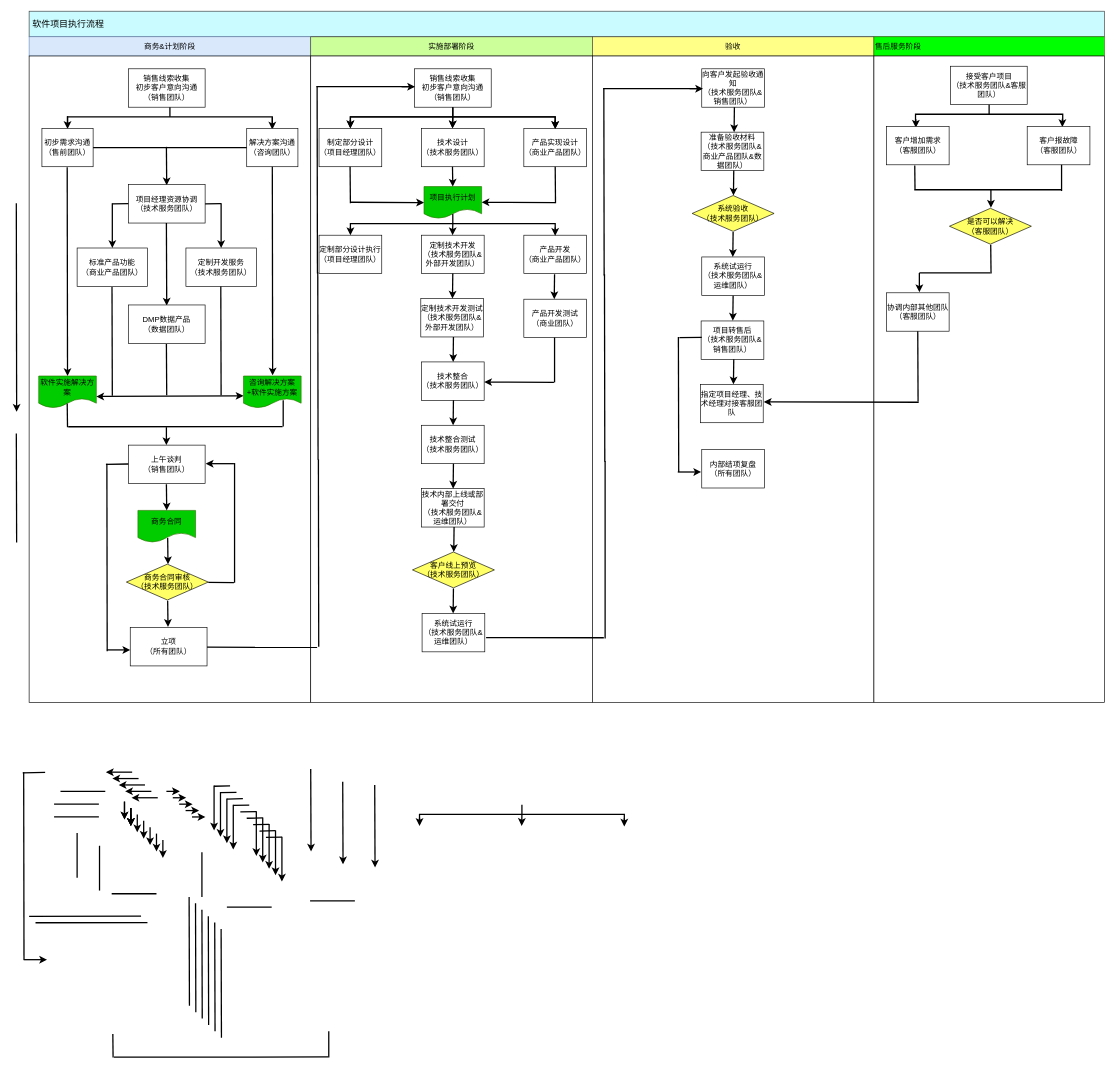
The draw.io diagram 未命名绘图.drawio in pingxinerlun/Demo, before the edit. Source tidied: cells renumbered, new cells numbered last; positions are measured from the earlier drawing's top-left corner, leaving out a move shared by most shapes. Both pictures are drawn from the tidied source at 64%, with x=0, y=0 at pixel (16, 11).
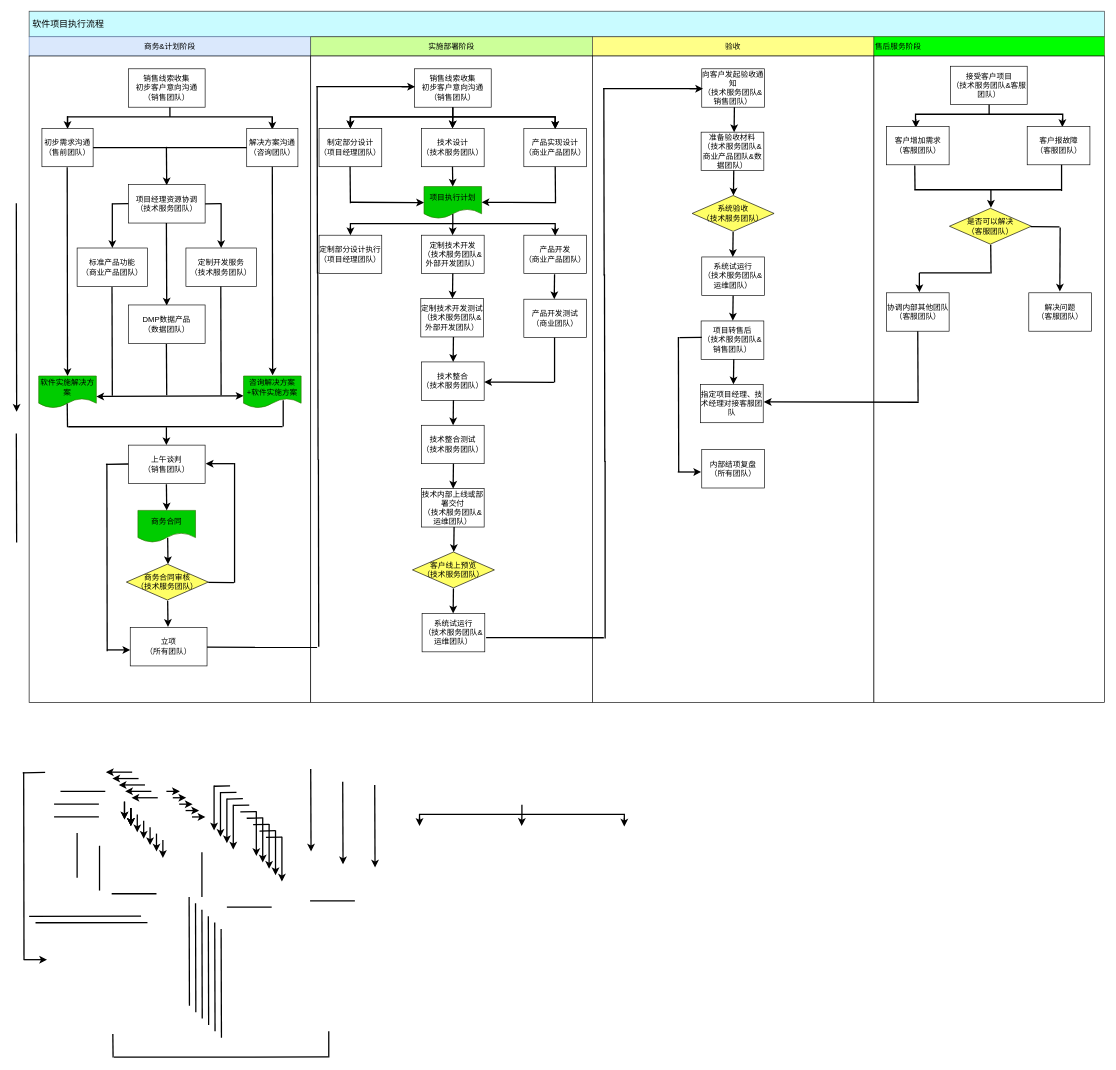
Above is the later version.

Commit message:
项目执行流程-泳道图.drawio

Diff of the diagram source:
```diff
@@
+    <mxCell id="209" style="endArrow=none;html=1;strokeWidth=2;" parent="1" edge="1">
+      <mxGeometry relative="1" as="geometry">
+        <mxPoint x="1585" y="336.5" as="sourcePoint" />
+        <mxPoint x="1630" y="337" as="targetPoint" />
+      </mxGeometry>
+    </mxCell>
+    <mxCell id="210" value="解决问题&lt;br&gt;（客服团队）" style="rounded=0;whiteSpace=wrap;html=1;fillColor=#FFFFFF;align=center;" parent="1" vertex="1">
+      <mxGeometry x="1582" y="440" width="98" height="60" as="geometry" />
+    </mxCell>
+    <mxCell id="211" style="endArrow=classic;html=1;endSize=6;strokeWidth=2;" parent="1" edge="1">
+      <mxGeometry relative="1" as="geometry">
+        <mxPoint x="1631" y="338" as="sourcePoint" />
+        <mxPoint x="1630.5" y="438" as="targetPoint" />
+      </mxGeometry>
+    </mxCell>
```
